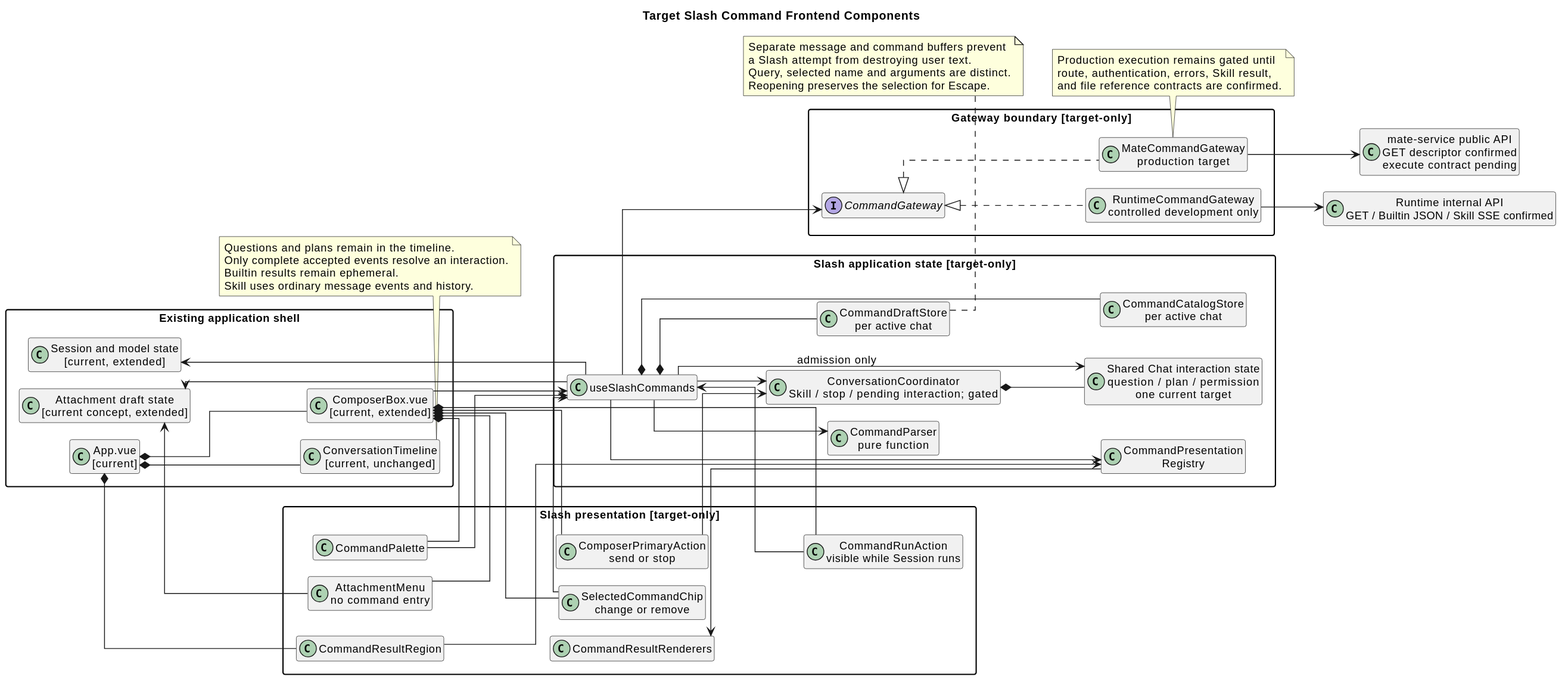
ssm0808/pi-mono-java-design keeps this PlantUML diagram as 07-前端设计/技术设计/命令/target_slash_command_frontend_components.svg. Above is the earlier version.
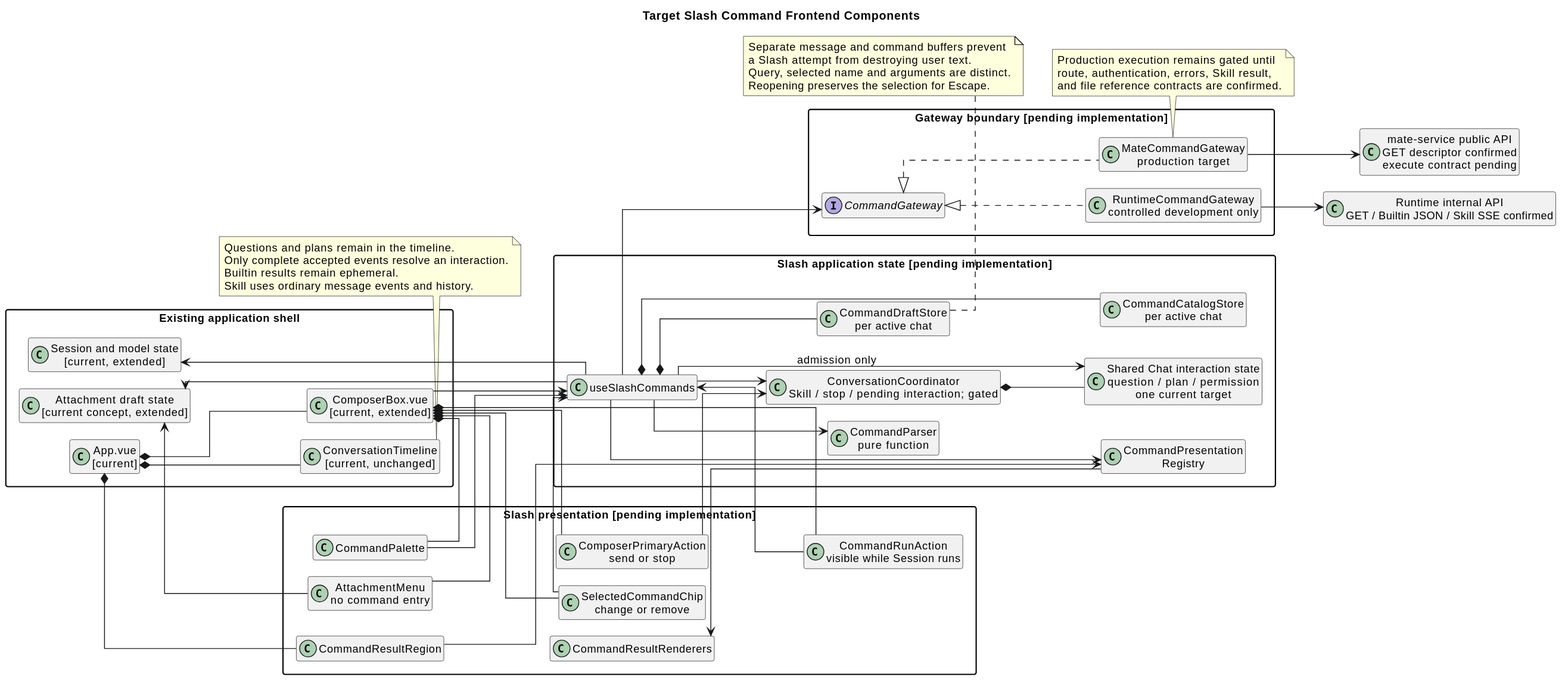
After the change.

Change to the diagram source:
```diff
@@ -22,7 +22,7 @@
   class "Attachment draft state\n[current concept, extended]" as AttachmentState
 }
 
-package "Slash presentation [target-only]" as PresentationPkg {
+package "Slash presentation [pending implementation]" as PresentationPkg {
   class "AttachmentMenu\nno command entry" as MoreMenu
   class "CommandRunAction\nvisible while Session runs" as RunAction
   class "ComposerPrimaryAction\nsend or stop" as PrimaryAction
@@ -32,7 +32,7 @@
   class "CommandResultRenderers" as Renderers
 }
 
-package "Slash application state [target-only]" as StatePkg {
+package "Slash application state [pending implementation]" as StatePkg {
   class "useSlashCommands" as UseSlash
   class "CommandDraftStore\nper active chat" as DraftStore
   class "CommandCatalogStore\nper active chat" as CatalogStore
@@ -42,7 +42,7 @@
   class "Shared Chat interaction state\nquestion / plan / permission\none current target" as InteractionState
 }
 
-package "Gateway boundary [target-only]" as GatewayPkg {
+package "Gateway boundary [pending implementation]" as GatewayPkg {
   interface "CommandGateway" as Gateway
   class "MateCommandGateway\nproduction target" as MateGateway
   class "RuntimeCommandGateway\ncontrolled development only" as RuntimeGateway
```
